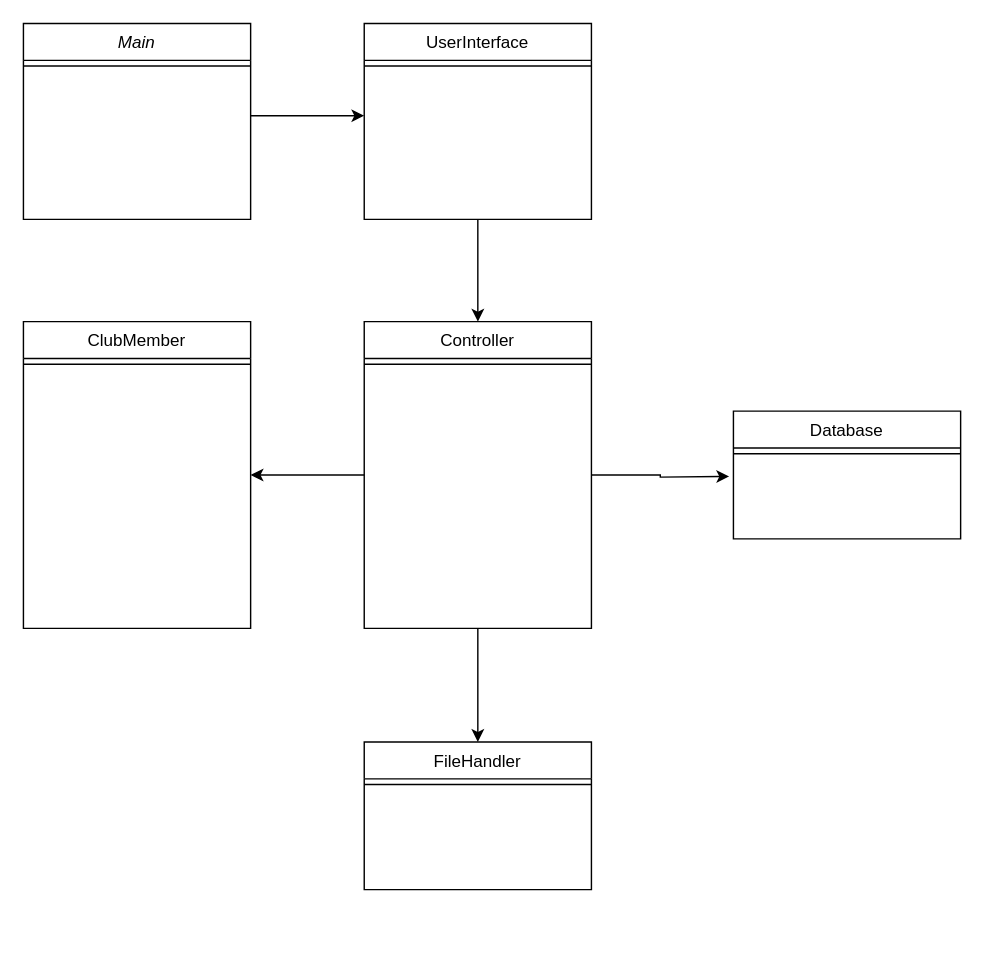
MarcusFN/DelfinenProject keeps this draw.io diagram as Delfine Domænemodel.drawio. Above is the earlier version. Source tidied: cells renumbered, new cells numbered last; positions are measured from the earlier drawing's top-left corner, leaving out a move shared by most shapes. Both pictures are drawn from the tidied source at 142%, with x=0, y=0 at pixel (23, 23).
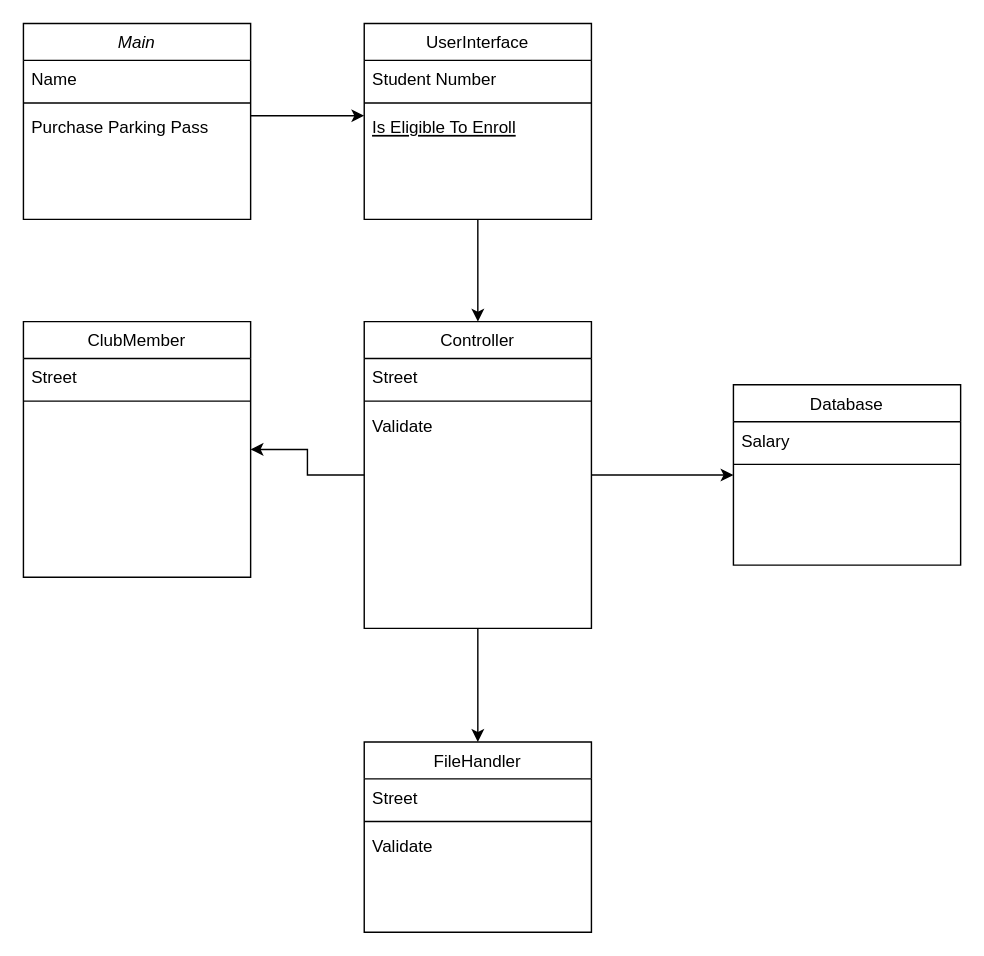
After the change.

Unchanged cells that the change refers to:
```xml
<mxCell id="2" value="Main" style="swimlane;fontStyle=2;align=center;verticalAlign=top;horizontal=1;startSize=26;rounded=0;shadow=0;strokeWidth=1;" parent="1" vertex="1">
  <mxGeometry width="160" height="138" as="geometry" />
</mxCell>
<mxCell id="5" value="UserInterface" style="swimlane;fontStyle=0;align=center;verticalAlign=top;horizontal=1;startSize=26;rounded=0;shadow=0;strokeWidth=1;" parent="1" vertex="1">
  <mxGeometry x="240" width="160" height="138" as="geometry" />
</mxCell>
<mxCell id="12" value="Controller" style="swimlane;fontStyle=0;align=center;verticalAlign=top;horizontal=1;startSize=26;rounded=0;shadow=0;strokeWidth=1;" parent="1" vertex="1">
  <mxGeometry x="240" y="210" width="160" height="216" as="geometry" />
</mxCell>
```

What changed in the source:
```diff
@@
+    <mxCell id="19" value="Name" style="text;align=left;verticalAlign=top;spacingLeft=4;spacingRight=4;overflow=hidden;" parent="2" vertex="1">
+      <mxGeometry y="26" width="160" height="26" as="geometry" />
+    </mxCell>
     <mxCell id="3" style="line;html=1;strokeWidth=1;align=left;verticalAlign=middle;spacingTop=-1;spacingLeft=3;spacingRight=3;labelPosition=right;" parent="2" vertex="1">
-      <mxGeometry y="26" width="160" height="8" as="geometry" />
+      <mxGeometry y="52" width="160" height="8" as="geometry" />
     </mxCell>
+    <mxCell id="20" value="Purchase Parking Pass" style="text;align=left;verticalAlign=top;spacingLeft=4;spacingRight=4;overflow=hidden;" parent="2" vertex="1">
+      <mxGeometry y="60" width="160" height="26" as="geometry" />
+    </mxCell>
@@
+    <mxCell id="21" value="Student Number" style="text;align=left;verticalAlign=top;spacingLeft=4;spacingRight=4;overflow=hidden;" parent="5" vertex="1">
+      <mxGeometry y="26" width="160" height="26" as="geometry" />
+    </mxCell>
     <mxCell id="6" style="line;html=1;strokeWidth=1;align=left;verticalAlign=middle;spacingTop=-1;spacingLeft=3;spacingRight=3;labelPosition=right;" parent="5" vertex="1">
-      <mxGeometry y="26" width="160" height="8" as="geometry" />
+      <mxGeometry y="52" width="160" height="8" as="geometry" />
     </mxCell>
+    <mxCell id="22" value="Is Eligible To Enroll" style="text;align=left;verticalAlign=top;spacingLeft=4;spacingRight=4;overflow=hidden;fontStyle=4;" parent="5" vertex="1">
+      <mxGeometry y="60" width="160" height="26" as="geometry" />
+    </mxCell>
     <mxCell id="7" value="Database" style="swimlane;fontStyle=0;align=center;verticalAlign=top;horizontal=1;startSize=26;rounded=0;shadow=0;strokeWidth=1;" parent="1" vertex="1">
-      <mxGeometry x="500" y="273" width="160" height="90" as="geometry" />
+      <mxGeometry x="500" y="254.5" width="160" height="127" as="geometry" />
     </mxCell>
+    <mxCell id="23" value="Salary" style="text;align=left;verticalAlign=top;spacingLeft=4;spacingRight=4;overflow=hidden;" parent="7" vertex="1">
+      <mxGeometry y="26" width="160" height="26" as="geometry" />
+    </mxCell>
     <mxCell id="8" style="line;html=1;strokeWidth=1;align=left;verticalAlign=middle;spacingTop=-1;spacingLeft=3;spacingRight=3;labelPosition=right;" parent="7" vertex="1">
-      <mxGeometry y="26" width="160" height="8" as="geometry" />
+      <mxGeometry y="52" width="160" height="8" as="geometry" />
     </mxCell>
@@
-    <mxCell id="11" style="edgeStyle=orthogonalEdgeStyle;rounded=0;jettySize=auto;html=1;entryX=-0.019;entryY=0.769;entryDx=0;entryDy=0;entryPerimeter=0;" parent="1" edge="1" source="12">
-      <mxGeometry relative="1" as="geometry">
-        <mxPoint x="497" y="319" as="targetPoint" />
-      </mxGeometry>
-    </mxCell>
+    <mxCell id="24" style="edgeStyle=orthogonalEdgeStyle;rounded=0;jettySize=auto;html=1;entryX=0;entryY=0.5;entryDx=0;entryDy=0;" parent="1" edge="1" source="12" target="7">
+      <mxGeometry relative="1" as="geometry" />
+    </mxCell>
@@
+    <mxCell id="25" value="Street" style="text;align=left;verticalAlign=top;spacingLeft=4;spacingRight=4;overflow=hidden;" parent="12" vertex="1">
+      <mxGeometry y="26" width="160" height="26" as="geometry" />
+    </mxCell>
     <mxCell id="13" style="line;html=1;strokeWidth=1;align=left;verticalAlign=middle;spacingTop=-1;spacingLeft=3;spacingRight=3;labelPosition=right;" parent="12" vertex="1">
-      <mxGeometry y="26" width="160" height="8" as="geometry" />
+      <mxGeometry y="52" width="160" height="8" as="geometry" />
     </mxCell>
+    <mxCell id="26" value="Validate" style="text;align=left;verticalAlign=top;spacingLeft=4;spacingRight=4;overflow=hidden;" parent="12" vertex="1">
+      <mxGeometry y="60" width="160" height="26" as="geometry" />
+    </mxCell>
@@
     <mxCell id="15" value="ClubMember" style="swimlane;fontStyle=0;align=center;verticalAlign=top;horizontal=1;startSize=26;rounded=0;shadow=0;strokeWidth=1;" parent="1" vertex="1">
-      <mxGeometry y="210" width="160" height="216" as="geometry" />
+      <mxGeometry y="210" width="160" height="180" as="geometry" />
     </mxCell>
+    <mxCell id="27" value="Street" style="text;align=left;verticalAlign=top;spacingLeft=4;spacingRight=4;overflow=hidden;" parent="15" vertex="1">
+      <mxGeometry y="26" width="160" height="26" as="geometry" />
+    </mxCell>
     <mxCell id="16" style="line;html=1;strokeWidth=1;align=left;verticalAlign=middle;spacingTop=-1;spacingLeft=3;spacingRight=3;labelPosition=right;" parent="15" vertex="1">
-      <mxGeometry y="26" width="160" height="8" as="geometry" />
+      <mxGeometry y="52" width="160" height="8" as="geometry" />
     </mxCell>
     <mxCell id="17" value="FileHandler" style="swimlane;fontStyle=0;align=center;verticalAlign=top;horizontal=1;startSize=26;rounded=0;shadow=0;strokeWidth=1;" parent="1" vertex="1">
-      <mxGeometry x="240" y="506" width="160" height="104" as="geometry" />
+      <mxGeometry x="240" y="506" width="160" height="134" as="geometry" />
     </mxCell>
+    <mxCell id="28" value="Street" style="text;align=left;verticalAlign=top;spacingLeft=4;spacingRight=4;overflow=hidden;" parent="17" vertex="1">
+      <mxGeometry y="26" width="160" height="26" as="geometry" />
+    </mxCell>
     <mxCell id="18" style="line;html=1;strokeWidth=1;align=left;verticalAlign=middle;spacingTop=-1;spacingLeft=3;spacingRight=3;labelPosition=right;" parent="17" vertex="1">
-      <mxGeometry y="26" width="160" height="8" as="geometry" />
+      <mxGeometry y="52" width="160" height="8" as="geometry" />
     </mxCell>
+    <mxCell id="29" value="Validate" style="text;align=left;verticalAlign=top;spacingLeft=4;spacingRight=4;overflow=hidden;" parent="17" vertex="1">
+      <mxGeometry y="60" width="160" height="26" as="geometry" />
+    </mxCell>
```
